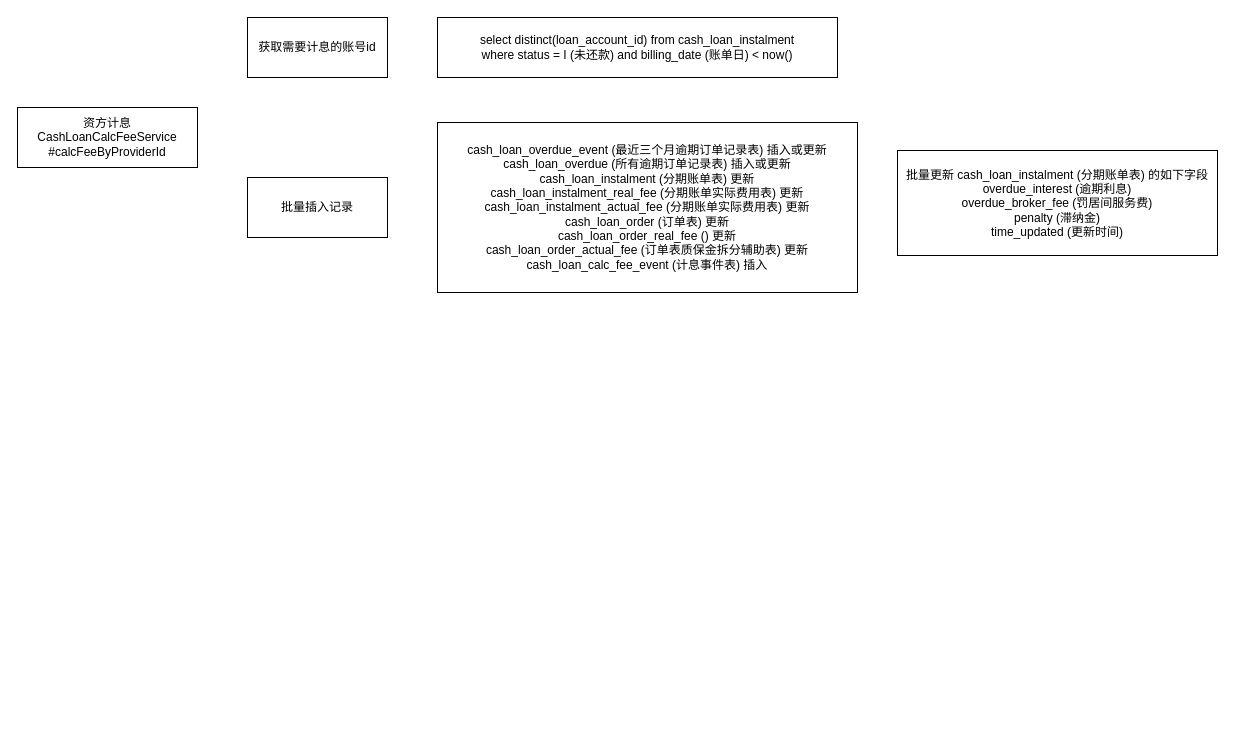
Before: page "资方计息" (5 of 13) of yqg/业务梳理.drawio in erlieStar/diagrams, a draw.io diagram. Source tidied: cells renumbered, new cells numbered last; positions are measured from the earlier drawing's top-left corner, leaving out a move shared by most shapes. Both pictures are drawn from the tidied source at 100%, with x=0, y=0 at pixel (17, 17).
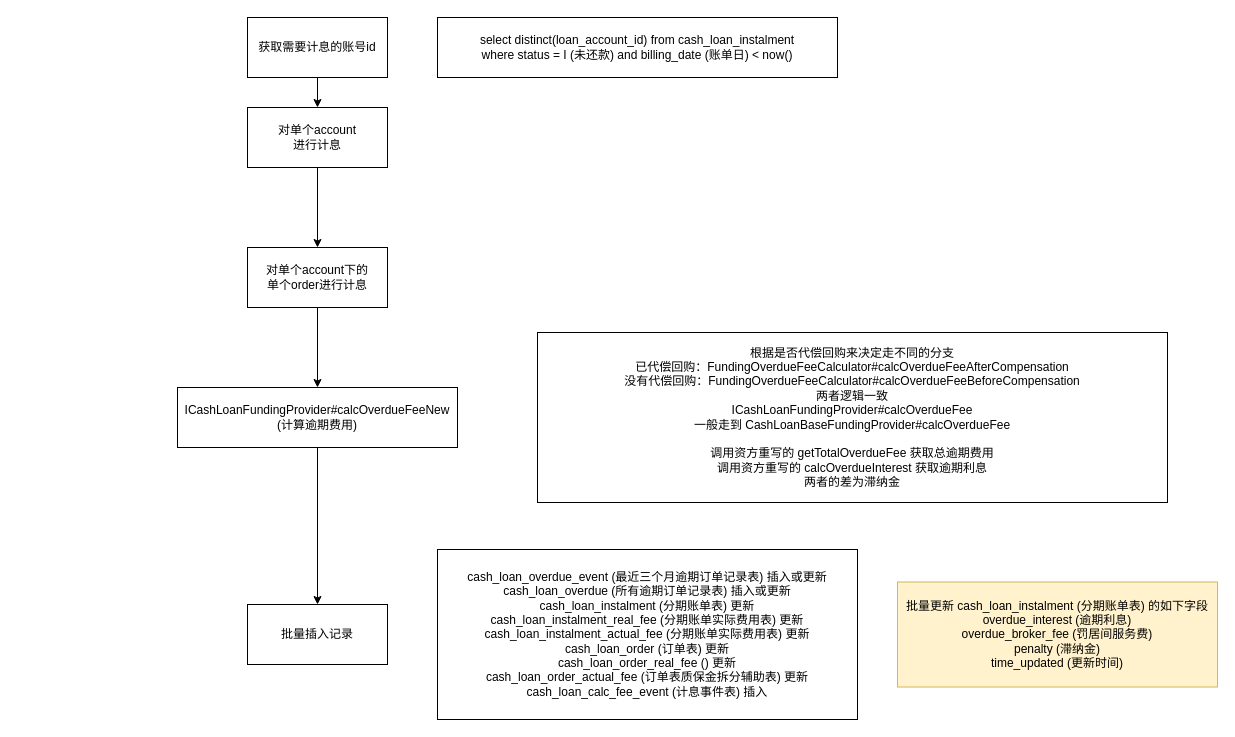
Above is the later version.

The edit, as a diff of the source:
```diff
@@
 <mxGraphModel>
   <root>
     <mxCell id="0" />
     <mxCell id="1" parent="0" />
+    <mxCell id="8" style="edgeStyle=orthogonalEdgeStyle;rounded=0;jettySize=auto;html=1;exitX=0.5;exitY=1;exitDx=0;exitDy=0;entryX=0.5;entryY=0;entryDx=0;entryDy=0;" parent="1" edge="1" source="2" target="10">
+      <mxGeometry relative="1" as="geometry" />
+    </mxCell>
     <mxCell id="2" value="获取需要计息的账号id" style="rounded=0;whiteSpace=wrap;html=1;" parent="1" vertex="1">
       <mxGeometry x="230" width="140" height="60" as="geometry" />
     </mxCell>
     <mxCell id="3" value="&lt;div&gt;select distinct(loan_account_id) from cash_loan_instalment&lt;/div&gt;&lt;div&gt;where status = I (未还款) and billing_date (账单日) &amp;lt; now()&lt;/div&gt;" style="rounded=0;whiteSpace=wrap;html=1;" parent="1" vertex="1">
       <mxGeometry x="420" width="400" height="60" as="geometry" />
     </mxCell>
     <mxCell id="4" value="批量插入记录" style="rounded=0;whiteSpace=wrap;html=1;" parent="1" vertex="1">
-      <mxGeometry x="230" y="160" width="140" height="60" as="geometry" />
+      <mxGeometry x="230" y="587" width="140" height="60" as="geometry" />
     </mxCell>
     <mxCell id="5" value="&lt;div&gt;cash_loan_overdue_event (最近三个月逾期订单记录表) 插入或更新&lt;/div&gt;&lt;div&gt;cash_loan_overdue (所有逾期订单记录表) 插入或更新&lt;/div&gt;&lt;div&gt;cash_loan_instalment (分期账单表) 更新&lt;/div&gt;&lt;div&gt;cash_loan_instalment_real_fee (分期账单实际费用表) 更新&lt;/div&gt;&lt;div&gt;cash_loan_instalment_actual_fee (分期账单实际费用表) 更新&lt;/div&gt;&lt;div&gt;cash_loan_order (订单表) 更新&lt;/div&gt;&lt;div&gt;cash_loan_order_real_fee () 更新&lt;/div&gt;&lt;div&gt;cash_loan_order_actual_fee (订单表质保金拆分辅助表) 更新&lt;/div&gt;&lt;div&gt;cash_loan_calc_fee_event (计息事件表) 插入&lt;/div&gt;" style="rounded=0;whiteSpace=wrap;html=1;" parent="1" vertex="1">
-      <mxGeometry x="420" y="105" width="420" height="170" as="geometry" />
+      <mxGeometry x="420" y="532" width="420" height="170" as="geometry" />
     </mxCell>
-    <mxCell id="6" value="资方计息&lt;br&gt;CashLoanCalcFeeService&lt;br&gt;#calcFeeByProviderId" style="rounded=0;whiteSpace=wrap;html=1;" parent="1" vertex="1">
-      <mxGeometry y="90" width="180" height="60" as="geometry" />
-    </mxCell>
-    <mxCell id="7" value="&lt;div&gt;批量更新 cash_loan_instalment (分期账单表) 的如下字段&lt;/div&gt;&lt;div&gt;overdue_interest (逾期利息)&lt;/div&gt;&lt;div&gt;overdue_broker_fee (罚居间服务费)&lt;/div&gt;&lt;div&gt;penalty (滞纳金)&lt;/div&gt;&lt;div&gt;time_updated (更新时间)&lt;/div&gt;" style="rounded=0;whiteSpace=wrap;html=1;align=center;" parent="1" vertex="1">
-      <mxGeometry x="880" y="133" width="320" height="105" as="geometry" />
+    <mxCell id="7" value="&lt;div&gt;批量更新 cash_loan_instalment (分期账单表) 的如下字段&lt;/div&gt;&lt;div&gt;overdue_interest (逾期利息)&lt;/div&gt;&lt;div&gt;overdue_broker_fee (罚居间服务费)&lt;/div&gt;&lt;div&gt;penalty (滞纳金)&lt;/div&gt;&lt;div&gt;time_updated (更新时间)&lt;/div&gt;" style="rounded=0;whiteSpace=wrap;html=1;align=center;fillColor=#fff2cc;strokeColor=#d6b656;" parent="1" vertex="1">
+      <mxGeometry x="880" y="564.5" width="320" height="105" as="geometry" />
     </mxCell>
+    <mxCell id="9" style="edgeStyle=orthogonalEdgeStyle;rounded=0;jettySize=auto;html=1;exitX=0.5;exitY=1;exitDx=0;exitDy=0;" parent="1" edge="1" source="10" target="12">
+      <mxGeometry relative="1" as="geometry" />
+    </mxCell>
+    <mxCell id="10" value="对单个account&lt;br&gt;进行计息" style="rounded=0;whiteSpace=wrap;html=1;" parent="1" vertex="1">
+      <mxGeometry x="230" y="90" width="140" height="60" as="geometry" />
+    </mxCell>
+    <mxCell id="11" style="edgeStyle=orthogonalEdgeStyle;rounded=0;jettySize=auto;html=1;exitX=0.5;exitY=1;exitDx=0;exitDy=0;" parent="1" edge="1" source="12" target="14">
+      <mxGeometry relative="1" as="geometry" />
+    </mxCell>
+    <mxCell id="12" value="对单个account下的&lt;br&gt;单个order进行计息" style="rounded=0;whiteSpace=wrap;html=1;" parent="1" vertex="1">
+      <mxGeometry x="230" y="230" width="140" height="60" as="geometry" />
+    </mxCell>
+    <mxCell id="13" style="edgeStyle=orthogonalEdgeStyle;rounded=0;jettySize=auto;html=1;exitX=0.5;exitY=1;exitDx=0;exitDy=0;" parent="1" edge="1" source="14" target="4">
+      <mxGeometry relative="1" as="geometry" />
+    </mxCell>
+    <mxCell id="14" value="ICashLoanFundingProvider#calcOverdueFeeNew (计算逾期费用)" style="rounded=0;whiteSpace=wrap;html=1;" parent="1" vertex="1">
+      <mxGeometry x="160" y="370" width="280" height="60" as="geometry" />
+    </mxCell>
+    <mxCell id="15" value="&lt;div&gt;根据是否代偿回购来决定走不同的分支&lt;/div&gt;&lt;div&gt;已代偿回购：FundingOverdueFeeCalculator#calcOverdueFeeAfterCompensation&lt;/div&gt;&lt;div&gt;没有代偿回购：FundingOverdueFeeCalculator#calcOverdueFeeBeforeCompensation&lt;/div&gt;&lt;div&gt;两者逻辑一致&lt;/div&gt;&lt;div&gt;ICashLoanFundingProvider#calcOverdueFee&lt;/div&gt;&lt;div&gt;一般走到 CashLoanBaseFundingProvider#calcOverdueFee&lt;/div&gt;&lt;div&gt;&lt;br&gt;&lt;/div&gt;&lt;div&gt;调用资方重写的 getTotalOverdueFee 获取总逾期费用&lt;/div&gt;&lt;div&gt;调用资方重写的 calcOverdueInterest 获取逾期利息&lt;/div&gt;&lt;div&gt;两者的差为滞纳金&lt;/div&gt;" style="rounded=0;whiteSpace=wrap;html=1;" parent="1" vertex="1">
+      <mxGeometry x="520" y="315" width="630" height="170" as="geometry" />
+    </mxCell>
   </root>
 </mxGraphModel>
```
